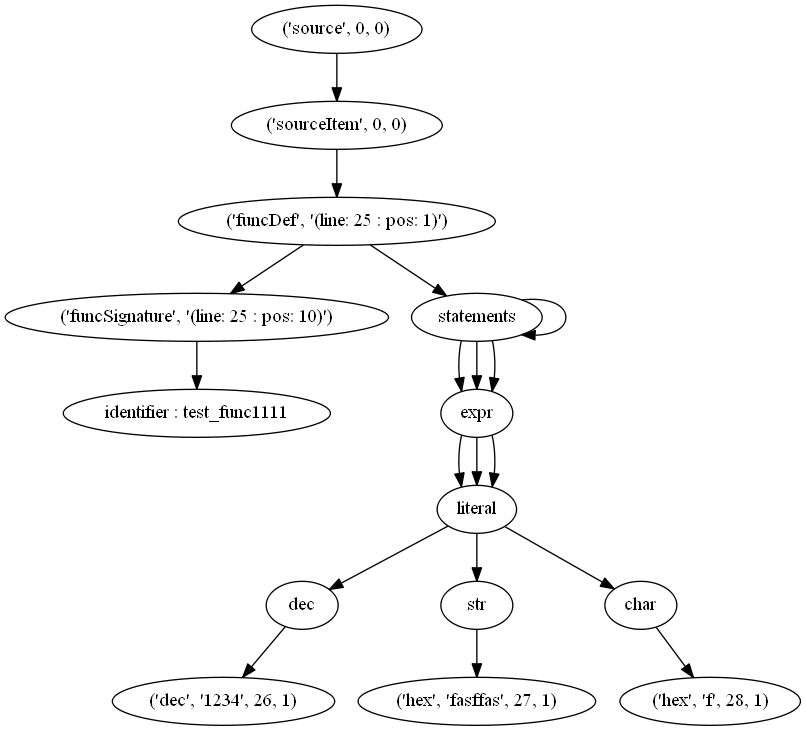
The Graphviz diagram src/tree.png in MorozovSD/ProgrammModelVerification, before a commit. Its source is kept beside it as src/tree.dot.
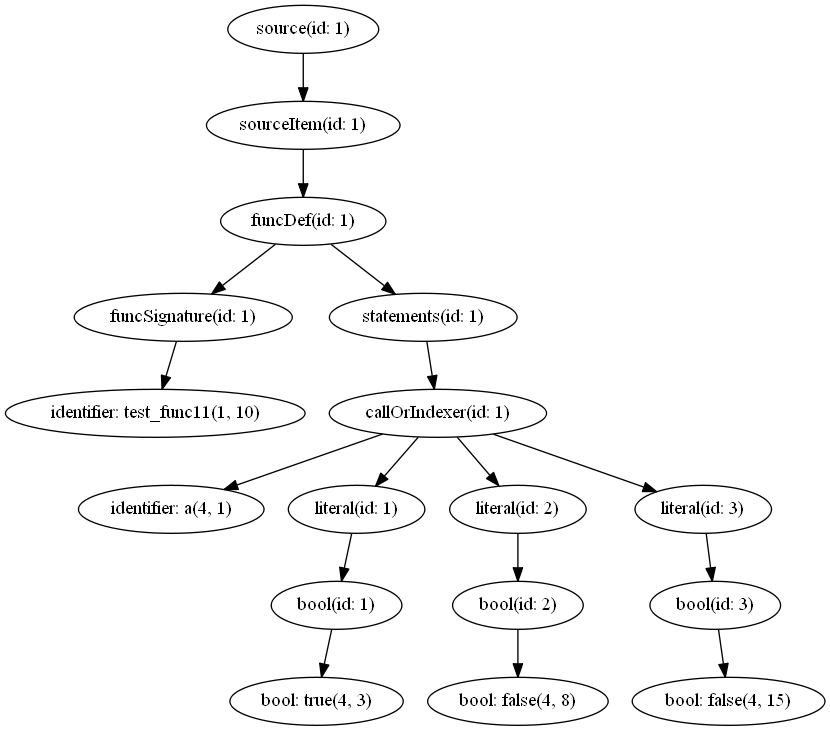
The same diagram one commit later.

Diff of the diagram source:
```diff
@@ -1,39 +1,35 @@
 digraph tree {
-    "('source', 0, 0)";
-    "('sourceItem', 0, 0)";
-    "('funcDef', '(line: 25 : pos: 1)')";
-    "('funcSignature', '(line: 25 : pos: 10)')";
-    "identifier : test_func1111";
-    "statements";
-    "statements";
-    "expr";
-    "literal";
-    "dec";
-    "('dec', '1234', 26, 1)";
-    "expr";
-    "literal";
-    "str";
-    "('hex', 'fasffas', 27, 1)";
-    "expr";
-    "literal";
-    "char";
-    "('hex', 'f', 28, 1)";
-    "('source', 0, 0)" -> "('sourceItem', 0, 0)";
-    "('sourceItem', 0, 0)" -> "('funcDef', '(line: 25 : pos: 1)')";
-    "('funcDef', '(line: 25 : pos: 1)')" -> "('funcSignature', '(line: 25 : pos: 10)')";
-    "('funcDef', '(line: 25 : pos: 1)')" -> "statements";
-    "('funcSignature', '(line: 25 : pos: 10)')" -> "identifier : test_func1111";
-    "statements" -> "statements";
-    "statements" -> "expr";
-    "statements" -> "expr";
-    "statements" -> "expr";
-    "expr" -> "literal";
-    "literal" -> "dec";
-    "dec" -> "('dec', '1234', 26, 1)";
-    "expr" -> "literal";
-    "literal" -> "str";
-    "str" -> "('hex', 'fasffas', 27, 1)";
-    "expr" -> "literal";
-    "literal" -> "char";
-    "char" -> "('hex', 'f', 28, 1)";
+    "source(id: 1)";
+    "sourceItem(id: 1)";
+    "funcDef(id: 1)";
+    "funcSignature(id: 1)";
+    "identifier: test_func11(1, 10)";
+    "statements(id: 1)";
+    "callOrIndexer(id: 1)";
+    "identifier: a(4, 1)";
+    "literal(id: 1)";
+    "bool(id: 1)";
+    "bool: true(4, 3)";
+    "literal(id: 2)";
+    "bool(id: 2)";
+    "bool: false(4, 8)";
+    "literal(id: 3)";
+    "bool(id: 3)";
+    "bool: false(4, 15)";
+    "source(id: 1)" -> "sourceItem(id: 1)";
+    "sourceItem(id: 1)" -> "funcDef(id: 1)";
+    "funcDef(id: 1)" -> "funcSignature(id: 1)";
+    "funcDef(id: 1)" -> "statements(id: 1)";
+    "funcSignature(id: 1)" -> "identifier: test_func11(1, 10)";
+    "statements(id: 1)" -> "callOrIndexer(id: 1)";
+    "callOrIndexer(id: 1)" -> "identifier: a(4, 1)";
+    "callOrIndexer(id: 1)" -> "literal(id: 1)";
+    "callOrIndexer(id: 1)" -> "literal(id: 2)";
+    "callOrIndexer(id: 1)" -> "literal(id: 3)";
+    "literal(id: 1)" -> "bool(id: 1)";
+    "bool(id: 1)" -> "bool: true(4, 3)";
+    "literal(id: 2)" -> "bool(id: 2)";
+    "bool(id: 2)" -> "bool: false(4, 8)";
+    "literal(id: 3)" -> "bool(id: 3)";
+    "bool(id: 3)" -> "bool: false(4, 15)";
 }
```
